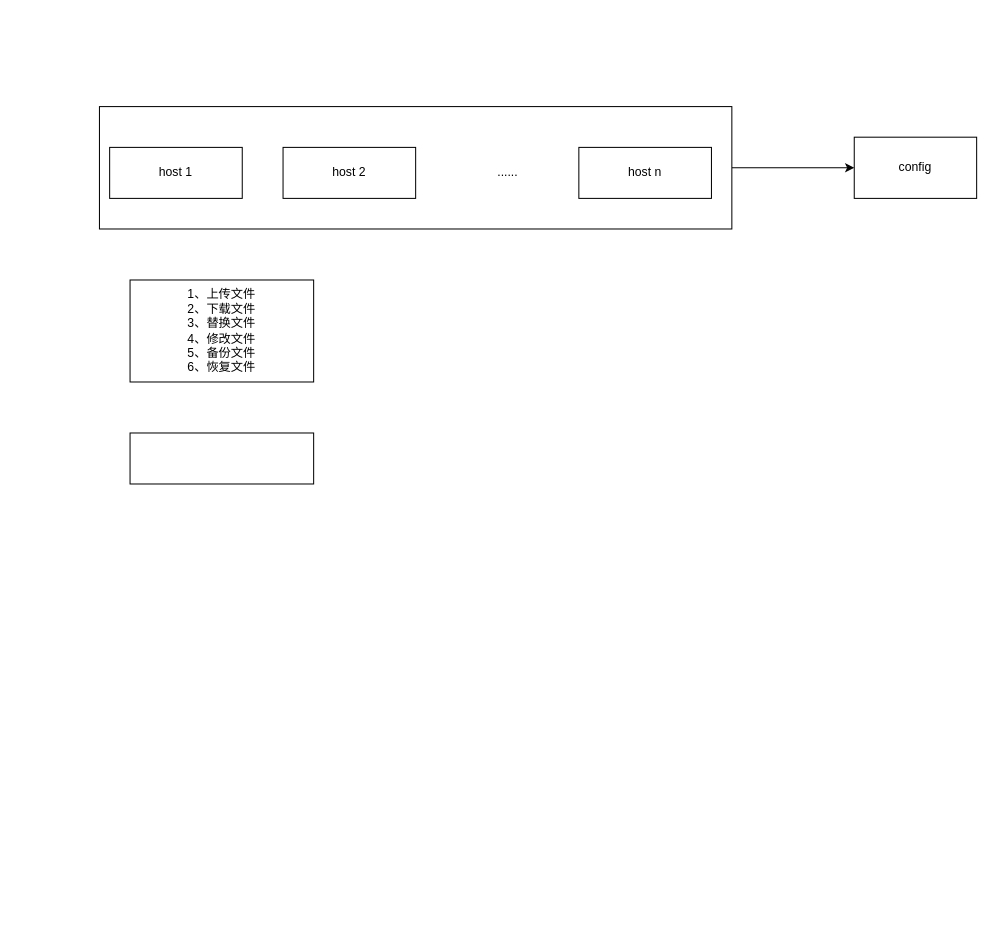
The draw.io diagram 未命名绘图.drawio in ff12323/drawio_ideas, before the edit. Source tidied: cells renumbered, new cells numbered last; positions are measured from the earlier drawing's top-left corner, leaving out a move shared by most shapes. Both pictures are drawn from the tidied source at 102%, with x=0, y=0 at pixel (99, 106).
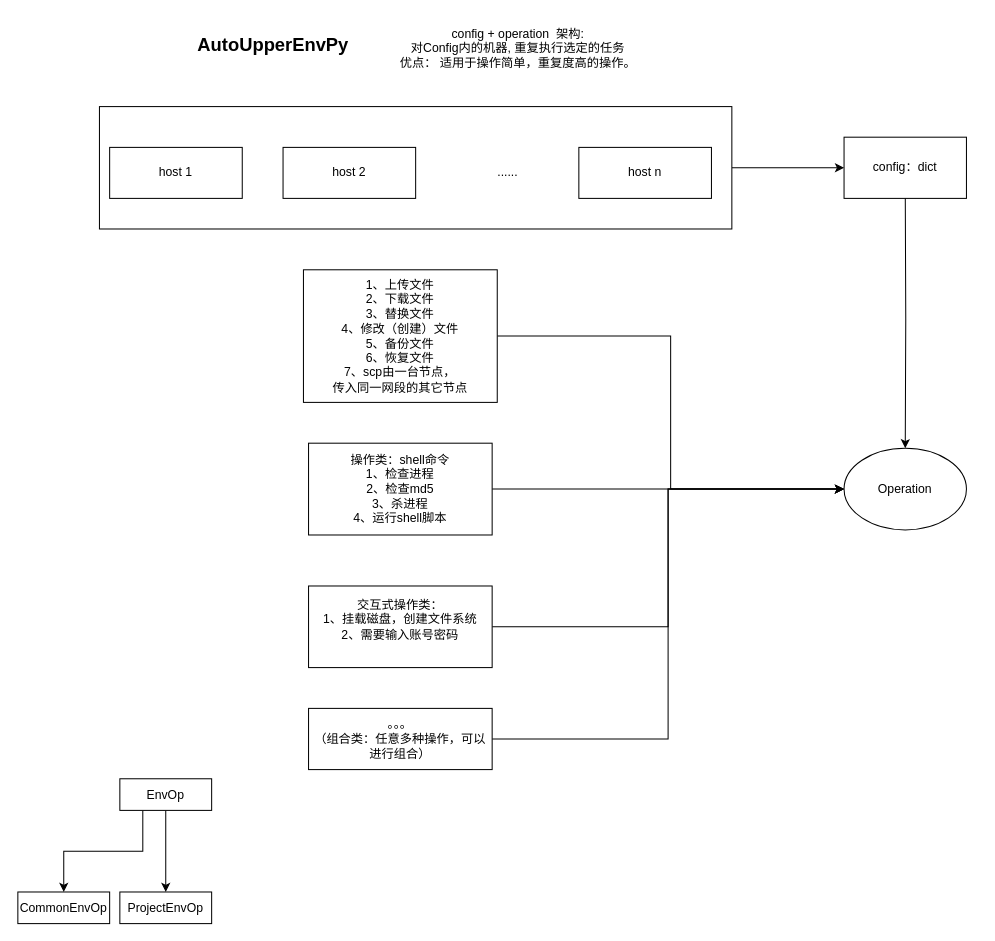
The same page after the edit.

Commit message (it also covers changes not shown here):
更新未命名绘图.drawio

Diff of the diagram source:
```diff
@@
+    <mxCell id="12" style="edgeStyle=orthogonalEdgeStyle;rounded=0;jettySize=auto;html=1;entryX=0.5;entryY=0;entryDx=0;entryDy=0;" parent="1" edge="1" target="20">
+      <mxGeometry relative="1" as="geometry">
+        <mxPoint x="790" y="80" as="sourcePoint" />
+      </mxGeometry>
+    </mxCell>
-    <mxCell id="8" value="config" style="rounded=0;whiteSpace=wrap;html=1;" parent="1" vertex="1">
-      <mxGeometry x="740" y="30" width="120" height="60" as="geometry" />
+    <mxCell id="8" value="config：dict" style="rounded=0;whiteSpace=wrap;html=1;" parent="1" vertex="1">
+      <mxGeometry x="730" y="30" width="120" height="60" as="geometry" />
     </mxCell>
+    <mxCell id="13" style="edgeStyle=orthogonalEdgeStyle;rounded=0;jettySize=auto;html=1;entryX=0;entryY=0.5;entryDx=0;entryDy=0;" parent="1" edge="1" source="9" target="20">
+      <mxGeometry relative="1" as="geometry">
+        <Array as="points">
+          <mxPoint x="560" y="225" />
+          <mxPoint x="560" y="375" />
+        </Array>
+      </mxGeometry>
+    </mxCell>
-    <mxCell id="9" value="&lt;span style=&quot;text-wrap: nowrap;&quot;&gt;1、上传文件&lt;/span&gt;&lt;div style=&quot;border-color: var(--border-color); text-wrap: nowrap;&quot;&gt;2、下载文件&lt;/div&gt;&lt;div style=&quot;border-color: var(--border-color); text-wrap: nowrap;&quot;&gt;3、替换文件&lt;/div&gt;&lt;div style=&quot;border-color: var(--border-color); text-wrap: nowrap;&quot;&gt;4、修改文件&lt;/div&gt;&lt;div style=&quot;border-color: var(--border-color); text-wrap: nowrap;&quot;&gt;5、备份文件&lt;/div&gt;&lt;div style=&quot;border-color: var(--border-color); text-wrap: nowrap;&quot;&gt;6、恢复文件&lt;/div&gt;" style="rounded=0;whiteSpace=wrap;html=1;" parent="1" vertex="1">
-      <mxGeometry x="30" y="170" width="180" height="100" as="geometry" />
+    <mxCell id="9" value="&lt;span style=&quot;text-wrap: nowrap;&quot;&gt;1、上传文件&lt;/span&gt;&lt;div style=&quot;border-color: var(--border-color); text-wrap: nowrap;&quot;&gt;2、下载文件&lt;/div&gt;&lt;div style=&quot;border-color: var(--border-color); text-wrap: nowrap;&quot;&gt;3、替换文件&lt;/div&gt;&lt;div style=&quot;border-color: var(--border-color); text-wrap: nowrap;&quot;&gt;4、修改（创建）文件&lt;/div&gt;&lt;div style=&quot;border-color: var(--border-color); text-wrap: nowrap;&quot;&gt;5、备份文件&lt;/div&gt;&lt;div style=&quot;border-color: var(--border-color); text-wrap: nowrap;&quot;&gt;6、恢复文件&lt;/div&gt;&lt;div style=&quot;border-color: var(--border-color); text-wrap: nowrap;&quot;&gt;7、scp由一台节点，&lt;/div&gt;&lt;div style=&quot;border-color: var(--border-color); text-wrap: nowrap;&quot;&gt;传入同一网段的其它节点&lt;/div&gt;" style="rounded=0;whiteSpace=wrap;html=1;" parent="1" vertex="1">
+      <mxGeometry x="200" y="160" width="190" height="130" as="geometry" />
     </mxCell>
     <mxCell id="10" value="&lt;div&gt;&lt;span style=&quot;text-wrap: wrap;&quot;&gt;&lt;br&gt;&lt;/span&gt;&lt;/div&gt;" style="text;html=1;align=center;verticalAlign=middle;strokeColor=none;fillColor=none;" parent="1" vertex="1">
-      <mxGeometry x="365" y="245" width="20" height="30" as="geometry" />
+      <mxGeometry x="370" y="245" width="20" height="30" as="geometry" />
     </mxCell>
+    <mxCell id="14" style="edgeStyle=orthogonalEdgeStyle;rounded=0;jettySize=auto;html=1;" parent="1" edge="1" source="11" target="20">
+      <mxGeometry relative="1" as="geometry" />
+    </mxCell>
-    <mxCell id="11" style="rounded=0;whiteSpace=wrap;html=1;" parent="1" vertex="1">
-      <mxGeometry x="30" y="320" width="180" height="50" as="geometry" />
+    <mxCell id="11" value="操作类：shell命令&lt;div&gt;1、检查进程&lt;/div&gt;&lt;div&gt;2、检查md5&lt;/div&gt;&lt;div&gt;3、杀进程&lt;/div&gt;&lt;div&gt;4、运行shell脚本&lt;/div&gt;" style="rounded=0;whiteSpace=wrap;html=1;" parent="1" vertex="1">
+      <mxGeometry x="205" y="330" width="180" height="90" as="geometry" />
     </mxCell>
+    <mxCell id="15" value="&lt;b&gt;&lt;font style=&quot;font-size: 18px;&quot;&gt;AutoUpperEnvPy&lt;/font&gt;&lt;/b&gt;" style="text;html=1;align=center;verticalAlign=middle;strokeColor=none;fillColor=none;" parent="1" vertex="1">
+      <mxGeometry x="85" y="-80" width="170" height="40" as="geometry" />
+    </mxCell>
+    <mxCell id="16" style="edgeStyle=orthogonalEdgeStyle;rounded=0;jettySize=auto;html=1;exitX=1;exitY=0.5;exitDx=0;exitDy=0;entryX=0;entryY=0.5;entryDx=0;entryDy=0;" parent="1" edge="1" source="17" target="20">
+      <mxGeometry relative="1" as="geometry" />
+    </mxCell>
+    <mxCell id="17" value="交互式操作类：&lt;div&gt;1、挂载磁盘，创建文件系统&lt;/div&gt;&lt;div&gt;2、需要输入账号密码&lt;/div&gt;&lt;div&gt;&lt;br&gt;&lt;/div&gt;" style="rounded=0;whiteSpace=wrap;html=1;" parent="1" vertex="1">
+      <mxGeometry x="205" y="470" width="180" height="80" as="geometry" />
+    </mxCell>
+    <mxCell id="18" style="edgeStyle=orthogonalEdgeStyle;rounded=0;jettySize=auto;html=1;entryX=0;entryY=0.5;entryDx=0;entryDy=0;" parent="1" edge="1" source="19" target="20">
+      <mxGeometry relative="1" as="geometry" />
+    </mxCell>
+    <mxCell id="19" value="。。。&lt;div&gt;（组合类：任意多种操作，可以进行组合）&lt;/div&gt;" style="rounded=0;whiteSpace=wrap;html=1;" parent="1" vertex="1">
+      <mxGeometry x="205" y="590" width="180" height="60" as="geometry" />
+    </mxCell>
+    <mxCell id="20" value="Operation" style="ellipse;whiteSpace=wrap;html=1;" parent="1" vertex="1">
+      <mxGeometry x="730" y="335" width="120" height="80" as="geometry" />
+    </mxCell>
+    <mxCell id="21" value="config + operation&amp;nbsp; 架构:&lt;div&gt;对Config内的机器, 重复执行选定的任务&lt;br&gt;&lt;div&gt;优点： 适用于操作简单，重复度高的操作。&lt;/div&gt;&lt;/div&gt;" style="text;html=1;align=center;verticalAlign=middle;strokeColor=none;fillColor=none;" parent="1" vertex="1">
+      <mxGeometry x="285" y="-87" width="250" height="60" as="geometry" />
+    </mxCell>
+    <mxCell id="22" style="edgeStyle=orthogonalEdgeStyle;rounded=0;jettySize=auto;html=1;entryX=0.5;entryY=0;entryDx=0;entryDy=0;" parent="1" edge="1" source="24" target="25">
+      <mxGeometry relative="1" as="geometry">
+        <Array as="points">
+          <mxPoint x="65" y="740" />
+          <mxPoint x="65" y="740" />
+        </Array>
+      </mxGeometry>
+    </mxCell>
+    <mxCell id="23" style="edgeStyle=orthogonalEdgeStyle;rounded=0;jettySize=auto;html=1;exitX=0.25;exitY=1;exitDx=0;exitDy=0;entryX=0.5;entryY=0;entryDx=0;entryDy=0;" parent="1" edge="1" source="24" target="26">
+      <mxGeometry relative="1" as="geometry" />
+    </mxCell>
+    <mxCell id="24" value="EnvOp" style="rounded=0;whiteSpace=wrap;html=1;" parent="1" vertex="1">
+      <mxGeometry x="20" y="659" width="90" height="31" as="geometry" />
+    </mxCell>
+    <mxCell id="25" value="ProjectEnvOp" style="rounded=0;whiteSpace=wrap;html=1;" parent="1" vertex="1">
+      <mxGeometry x="20" y="770" width="90" height="31" as="geometry" />
+    </mxCell>
+    <mxCell id="26" value="CommonEnvOp" style="rounded=0;whiteSpace=wrap;html=1;" parent="1" vertex="1">
+      <mxGeometry x="-80" y="770" width="90" height="31" as="geometry" />
+    </mxCell>
```
